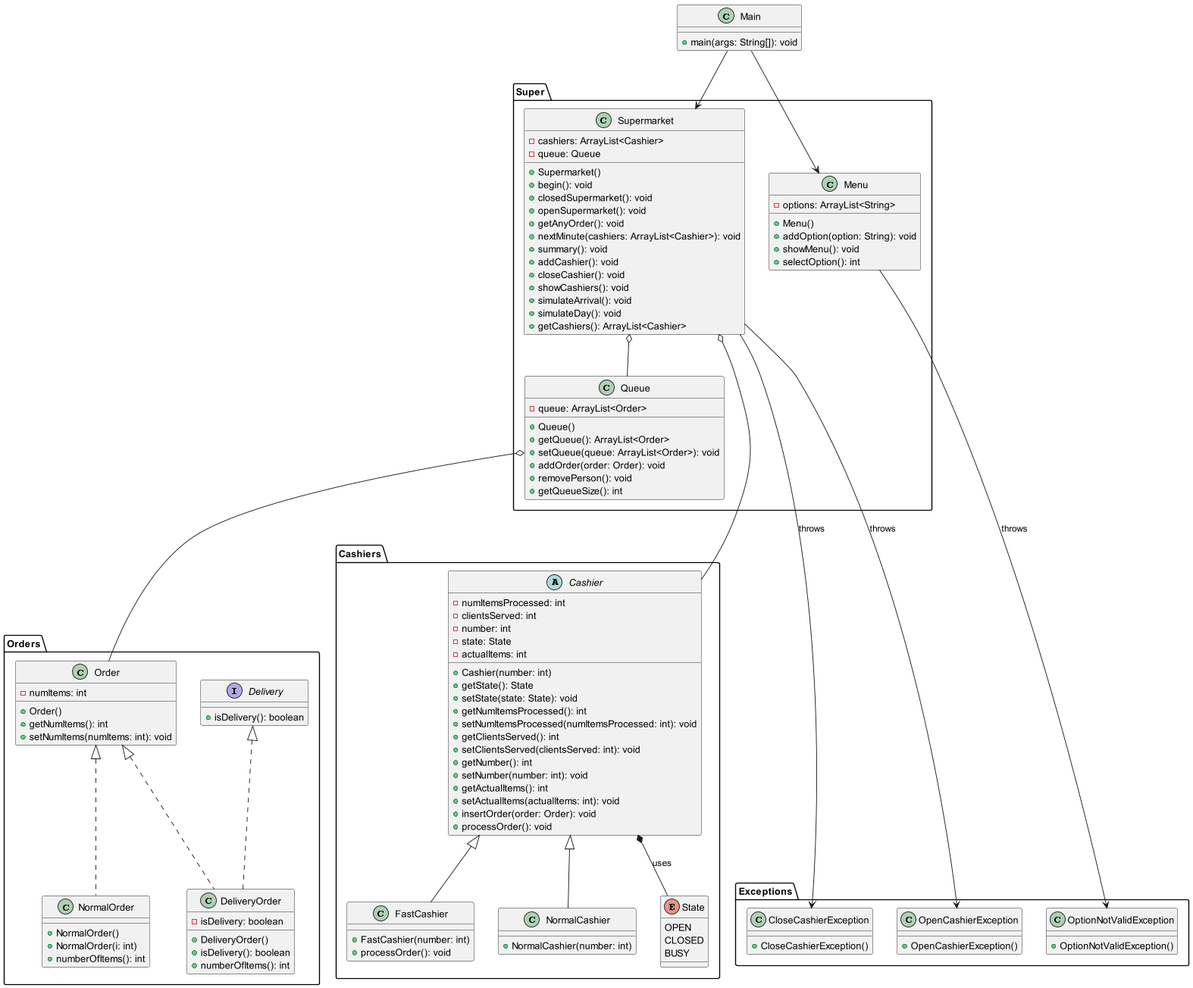
Before: docs/images/CCCF.png, a diagram exported from PlantUML (eabol/awesome-projects-prograii).
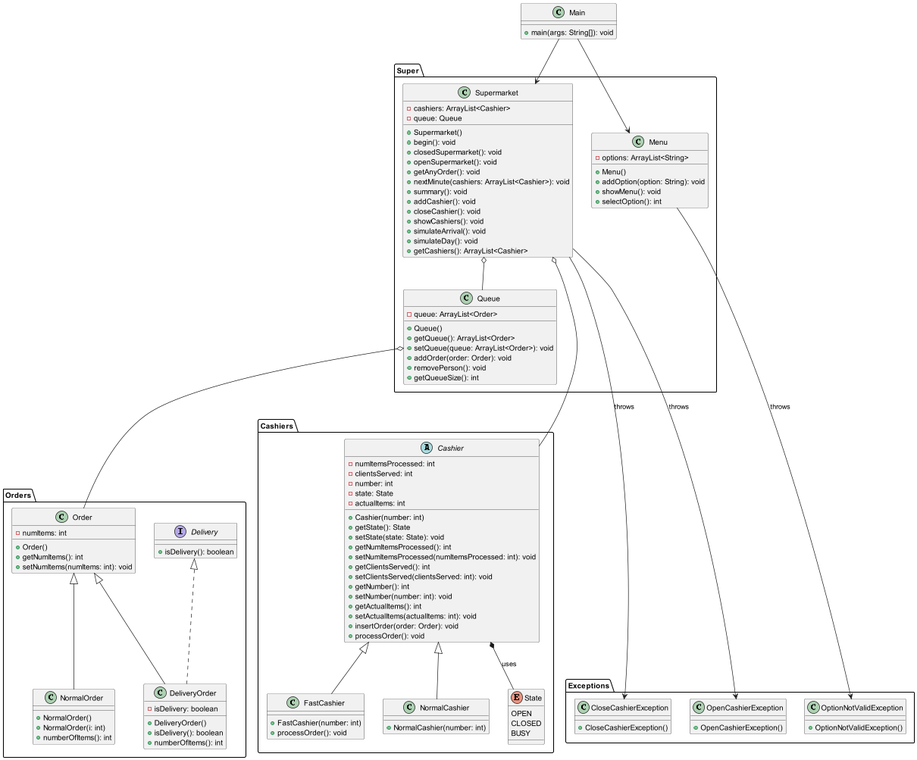
After the commit.

Change to the diagram source:
```diff
@@ -128,8 +128,8 @@
 Main --> Menu
 
 
-Order <|.. DeliveryOrder
-Order <|.. NormalOrder
+Order <|-- DeliveryOrder
+Order <|-- NormalOrder
 
 Delivery <|.. DeliveryOrder
 Queue  o-- Order
```
